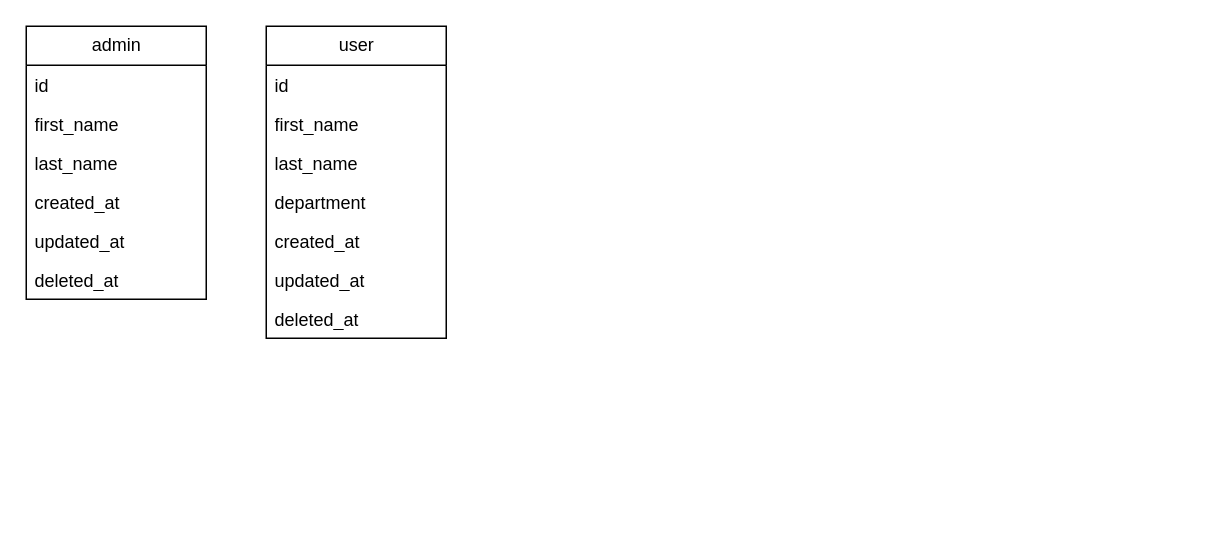
This is Untitled Diagram.drawio from phrdc/diagrams, a draw.io file, before an edit. Source tidied: cells renumbered, new cells numbered last; positions are measured from the earlier drawing's top-left corner, leaving out a move shared by most shapes. Both pictures are drawn from the tidied source at 150%, with x=0, y=0 at pixel (26, 26).
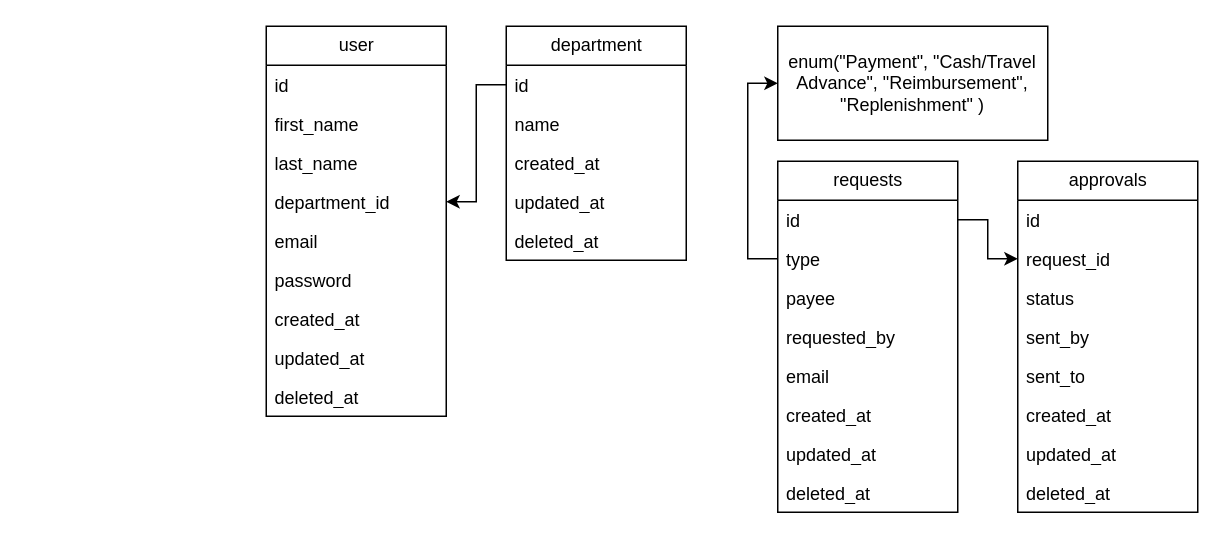
Above is the later version.

What changed in the source:
```diff
@@
-    <mxCell id="2" value="admin" style="swimlane;fontStyle=0;horizontal=1;startSize=26;fillColor=none;html=1;" parent="1" vertex="1">
-      <mxGeometry width="120" height="182" as="geometry" />
-    </mxCell>
-    <mxCell id="3" value="id" style="text;strokeColor=none;fillColor=none;align=left;verticalAlign=top;spacingLeft=4;spacingRight=4;overflow=hidden;whiteSpace=wrap;html=1;" parent="2" vertex="1">
-      <mxGeometry y="26" width="120" height="26" as="geometry" />
-    </mxCell>
-    <mxCell id="4" value="first_name" style="text;strokeColor=none;fillColor=none;align=left;verticalAlign=top;spacingLeft=4;spacingRight=4;overflow=hidden;points=[[0,0.5],[1,0.5]];portConstraint=eastwest;whiteSpace=wrap;html=1;" parent="2" vertex="1">
-      <mxGeometry y="52" width="120" height="26" as="geometry" />
-    </mxCell>
-    <mxCell id="5" value="last_name" style="text;strokeColor=none;fillColor=none;align=left;verticalAlign=top;spacingLeft=4;spacingRight=4;overflow=hidden;whiteSpace=wrap;html=1;" parent="2" vertex="1">
-      <mxGeometry y="78" width="120" height="26" as="geometry" />
-    </mxCell>
-    <mxCell id="6" value="created_at" style="text;strokeColor=none;fillColor=none;align=left;verticalAlign=top;spacingLeft=4;spacingRight=4;overflow=hidden;whiteSpace=wrap;html=1;" parent="2" vertex="1">
-      <mxGeometry y="104" width="120" height="26" as="geometry" />
-    </mxCell>
-    <mxCell id="7" value="updated_at" style="text;strokeColor=none;fillColor=none;align=left;verticalAlign=top;spacingLeft=4;spacingRight=4;overflow=hidden;whiteSpace=wrap;html=1;" parent="2" vertex="1">
-      <mxGeometry y="130" width="120" height="26" as="geometry" />
-    </mxCell>
-    <mxCell id="8" value="deleted_at" style="text;strokeColor=none;fillColor=none;align=left;verticalAlign=top;spacingLeft=4;spacingRight=4;overflow=hidden;whiteSpace=wrap;html=1;" parent="2" vertex="1">
-      <mxGeometry y="156" width="120" height="26" as="geometry" />
-    </mxCell>
-    <mxCell id="9" style="edgeStyle=orthogonalEdgeStyle;rounded=0;orthogonalLoop=1;jettySize=auto;html=1;exitX=1;exitY=0.5;exitDx=0;exitDy=0;" parent="2" edge="1" source="4" target="4">
-      <mxGeometry relative="1" as="geometry" />
-    </mxCell>
     <mxCell id="10" value="user" style="swimlane;fontStyle=0;horizontal=1;startSize=26;fillColor=none;html=1;" parent="1" vertex="1">
-      <mxGeometry x="160" width="120" height="208" as="geometry" />
+      <mxGeometry x="160" width="120" height="260" as="geometry" />
     </mxCell>
@@
-    <mxCell id="14" value="department" style="text;strokeColor=none;fillColor=none;align=left;verticalAlign=top;spacingLeft=4;spacingRight=4;overflow=hidden;points=[[0,0.5],[1,0.5]];portConstraint=eastwest;whiteSpace=wrap;html=1;" parent="10" vertex="1">
+    <mxCell id="14" value="department_id" style="text;strokeColor=none;fillColor=none;align=left;verticalAlign=top;spacingLeft=4;spacingRight=4;overflow=hidden;points=[[0,0.5],[1,0.5]];portConstraint=eastwest;whiteSpace=wrap;html=1;" parent="10" vertex="1">
       <mxGeometry y="104" width="120" height="26" as="geometry" />
     </mxCell>
+    <mxCell id="18" value="email" style="text;strokeColor=none;fillColor=none;align=left;verticalAlign=top;spacingLeft=4;spacingRight=4;overflow=hidden;whiteSpace=wrap;html=1;" parent="10" vertex="1">
+      <mxGeometry y="130" width="120" height="26" as="geometry" />
+    </mxCell>
+    <mxCell id="19" value="password" style="text;strokeColor=none;fillColor=none;align=left;verticalAlign=top;spacingLeft=4;spacingRight=4;overflow=hidden;whiteSpace=wrap;html=1;" parent="10" vertex="1">
+      <mxGeometry y="156" width="120" height="26" as="geometry" />
+    </mxCell>
     <mxCell id="15" value="created_at" style="text;strokeColor=none;fillColor=none;align=left;verticalAlign=top;spacingLeft=4;spacingRight=4;overflow=hidden;whiteSpace=wrap;html=1;" parent="10" vertex="1">
-      <mxGeometry y="130" width="120" height="26" as="geometry" />
+      <mxGeometry y="182" width="120" height="26" as="geometry" />
     </mxCell>
     <mxCell id="16" value="updated_at" style="text;strokeColor=none;fillColor=none;align=left;verticalAlign=top;spacingLeft=4;spacingRight=4;overflow=hidden;whiteSpace=wrap;html=1;" parent="10" vertex="1">
-      <mxGeometry y="156" width="120" height="26" as="geometry" />
+      <mxGeometry y="208" width="120" height="26" as="geometry" />
     </mxCell>
     <mxCell id="17" value="deleted_at" style="text;strokeColor=none;fillColor=none;align=left;verticalAlign=top;spacingLeft=4;spacingRight=4;overflow=hidden;whiteSpace=wrap;html=1;" parent="10" vertex="1">
-      <mxGeometry y="182" width="120" height="26" as="geometry" />
+      <mxGeometry y="234" width="120" height="26" as="geometry" />
     </mxCell>
+    <mxCell id="20" value="department" style="swimlane;fontStyle=0;horizontal=1;startSize=26;fillColor=none;html=1;" parent="1" vertex="1">
+      <mxGeometry x="320" width="120" height="156" as="geometry" />
+    </mxCell>
+    <mxCell id="21" value="id" style="text;strokeColor=none;fillColor=none;align=left;verticalAlign=top;spacingLeft=4;spacingRight=4;overflow=hidden;points=[[0,0.5],[1,0.5]];portConstraint=eastwest;whiteSpace=wrap;html=1;" parent="20" vertex="1">
+      <mxGeometry y="26" width="120" height="26" as="geometry" />
+    </mxCell>
+    <mxCell id="22" value="name" style="text;strokeColor=none;fillColor=none;align=left;verticalAlign=top;spacingLeft=4;spacingRight=4;overflow=hidden;whiteSpace=wrap;html=1;" parent="20" vertex="1">
+      <mxGeometry y="52" width="120" height="26" as="geometry" />
+    </mxCell>
+    <mxCell id="23" value="created_at" style="text;strokeColor=none;fillColor=none;align=left;verticalAlign=top;spacingLeft=4;spacingRight=4;overflow=hidden;whiteSpace=wrap;html=1;" parent="20" vertex="1">
+      <mxGeometry y="78" width="120" height="26" as="geometry" />
+    </mxCell>
+    <mxCell id="24" value="updated_at" style="text;strokeColor=none;fillColor=none;align=left;verticalAlign=top;spacingLeft=4;spacingRight=4;overflow=hidden;whiteSpace=wrap;html=1;" parent="20" vertex="1">
+      <mxGeometry y="104" width="120" height="26" as="geometry" />
+    </mxCell>
+    <mxCell id="25" value="deleted_at" style="text;strokeColor=none;fillColor=none;align=left;verticalAlign=top;spacingLeft=4;spacingRight=4;overflow=hidden;whiteSpace=wrap;html=1;" parent="20" vertex="1">
+      <mxGeometry y="130" width="120" height="26" as="geometry" />
+    </mxCell>
+    <mxCell id="26" value="requests" style="swimlane;fontStyle=0;horizontal=1;startSize=26;fillColor=none;html=1;" parent="1" vertex="1">
+      <mxGeometry x="501" y="90" width="120" height="234" as="geometry" />
+    </mxCell>
+    <mxCell id="27" value="id" style="text;strokeColor=none;fillColor=none;align=left;verticalAlign=top;spacingLeft=4;spacingRight=4;overflow=hidden;points=[[0,0.5],[1,0.5]];portConstraint=eastwest;whiteSpace=wrap;html=1;" parent="26" vertex="1">
+      <mxGeometry y="26" width="120" height="26" as="geometry" />
+    </mxCell>
+    <mxCell id="28" value="type" style="text;strokeColor=none;fillColor=none;align=left;verticalAlign=top;spacingLeft=4;spacingRight=4;overflow=hidden;points=[[0,0.5],[1,0.5]];portConstraint=eastwest;whiteSpace=wrap;html=1;" parent="26" vertex="1">
+      <mxGeometry y="52" width="120" height="26" as="geometry" />
+    </mxCell>
+    <mxCell id="29" value="payee" style="text;strokeColor=none;fillColor=none;align=left;verticalAlign=top;spacingLeft=4;spacingRight=4;overflow=hidden;whiteSpace=wrap;html=1;" parent="26" vertex="1">
+      <mxGeometry y="78" width="120" height="26" as="geometry" />
+    </mxCell>
+    <mxCell id="30" value="requested_by" style="text;strokeColor=none;fillColor=none;align=left;verticalAlign=top;spacingLeft=4;spacingRight=4;overflow=hidden;whiteSpace=wrap;html=1;" parent="26" vertex="1">
+      <mxGeometry y="104" width="120" height="26" as="geometry" />
+    </mxCell>
+    <mxCell id="31" value="email" style="text;strokeColor=none;fillColor=none;align=left;verticalAlign=top;spacingLeft=4;spacingRight=4;overflow=hidden;whiteSpace=wrap;html=1;" parent="26" vertex="1">
+      <mxGeometry y="130" width="120" height="26" as="geometry" />
+    </mxCell>
+    <mxCell id="32" value="created_at" style="text;strokeColor=none;fillColor=none;align=left;verticalAlign=top;spacingLeft=4;spacingRight=4;overflow=hidden;whiteSpace=wrap;html=1;" parent="26" vertex="1">
+      <mxGeometry y="156" width="120" height="26" as="geometry" />
+    </mxCell>
+    <mxCell id="33" value="updated_at" style="text;strokeColor=none;fillColor=none;align=left;verticalAlign=top;spacingLeft=4;spacingRight=4;overflow=hidden;whiteSpace=wrap;html=1;" parent="26" vertex="1">
+      <mxGeometry y="182" width="120" height="26" as="geometry" />
+    </mxCell>
+    <mxCell id="34" value="deleted_at" style="text;strokeColor=none;fillColor=none;align=left;verticalAlign=top;spacingLeft=4;spacingRight=4;overflow=hidden;whiteSpace=wrap;html=1;" parent="26" vertex="1">
+      <mxGeometry y="208" width="120" height="26" as="geometry" />
+    </mxCell>
+    <mxCell id="35" value="approvals" style="swimlane;fontStyle=0;horizontal=1;startSize=26;fillColor=none;html=1;" parent="1" vertex="1">
+      <mxGeometry x="661" y="90" width="120" height="234" as="geometry" />
+    </mxCell>
+    <mxCell id="36" value="id" style="text;strokeColor=none;fillColor=none;align=left;verticalAlign=top;spacingLeft=4;spacingRight=4;overflow=hidden;whiteSpace=wrap;html=1;" parent="35" vertex="1">
+      <mxGeometry y="26" width="120" height="26" as="geometry" />
+    </mxCell>
+    <mxCell id="37" value="request_id" style="text;strokeColor=none;fillColor=none;align=left;verticalAlign=top;spacingLeft=4;spacingRight=4;overflow=hidden;points=[[0,0.5],[1,0.5]];portConstraint=eastwest;whiteSpace=wrap;html=1;" parent="35" vertex="1">
+      <mxGeometry y="52" width="120" height="26" as="geometry" />
+    </mxCell>
+    <mxCell id="38" value="status" style="text;strokeColor=none;fillColor=none;align=left;verticalAlign=top;spacingLeft=4;spacingRight=4;overflow=hidden;whiteSpace=wrap;html=1;" parent="35" vertex="1">
+      <mxGeometry y="78" width="120" height="26" as="geometry" />
+    </mxCell>
+    <mxCell id="39" value="sent_by" style="text;strokeColor=none;fillColor=none;align=left;verticalAlign=top;spacingLeft=4;spacingRight=4;overflow=hidden;whiteSpace=wrap;html=1;" parent="35" vertex="1">
+      <mxGeometry y="104" width="120" height="26" as="geometry" />
+    </mxCell>
+    <mxCell id="40" value="sent_to" style="text;strokeColor=none;fillColor=none;align=left;verticalAlign=top;spacingLeft=4;spacingRight=4;overflow=hidden;whiteSpace=wrap;html=1;" parent="35" vertex="1">
+      <mxGeometry y="130" width="120" height="26" as="geometry" />
+    </mxCell>
+    <mxCell id="41" value="created_at" style="text;strokeColor=none;fillColor=none;align=left;verticalAlign=top;spacingLeft=4;spacingRight=4;overflow=hidden;whiteSpace=wrap;html=1;" parent="35" vertex="1">
+      <mxGeometry y="156" width="120" height="26" as="geometry" />
+    </mxCell>
+    <mxCell id="42" value="updated_at" style="text;strokeColor=none;fillColor=none;align=left;verticalAlign=top;spacingLeft=4;spacingRight=4;overflow=hidden;whiteSpace=wrap;html=1;" parent="35" vertex="1">
+      <mxGeometry y="182" width="120" height="26" as="geometry" />
+    </mxCell>
+    <mxCell id="43" value="deleted_at" style="text;strokeColor=none;fillColor=none;align=left;verticalAlign=top;spacingLeft=4;spacingRight=4;overflow=hidden;whiteSpace=wrap;html=1;" parent="35" vertex="1">
+      <mxGeometry y="208" width="120" height="26" as="geometry" />
+    </mxCell>
+    <mxCell id="44" style="edgeStyle=orthogonalEdgeStyle;rounded=0;jettySize=auto;html=1;exitX=0;exitY=0.5;exitDx=0;exitDy=0;entryX=1;entryY=0.5;entryDx=0;entryDy=0;" parent="1" edge="1" source="21" target="14">
+      <mxGeometry relative="1" as="geometry" />
+    </mxCell>
+    <mxCell id="45" style="edgeStyle=orthogonalEdgeStyle;rounded=0;jettySize=auto;html=1;exitX=1;exitY=0.5;exitDx=0;exitDy=0;entryX=0;entryY=0.5;entryDx=0;entryDy=0;" parent="1" edge="1" source="27" target="37">
+      <mxGeometry relative="1" as="geometry" />
+    </mxCell>
+    <mxCell id="46" value="enum(&quot;Payment&quot;, &quot;Cash/Travel Advance&quot;, &quot;Reimbursement&quot;, &quot;Replenishment&quot; )" style="rounded=0;whiteSpace=wrap;html=1;" parent="1" vertex="1">
+      <mxGeometry x="501" width="180" height="76" as="geometry" />
+    </mxCell>
+    <mxCell id="47" style="edgeStyle=orthogonalEdgeStyle;rounded=0;jettySize=auto;html=1;exitX=0;exitY=0.5;exitDx=0;exitDy=0;entryX=0;entryY=0.5;entryDx=0;entryDy=0;" parent="1" edge="1" source="28" target="46">
+      <mxGeometry relative="1" as="geometry" />
+    </mxCell>
```
